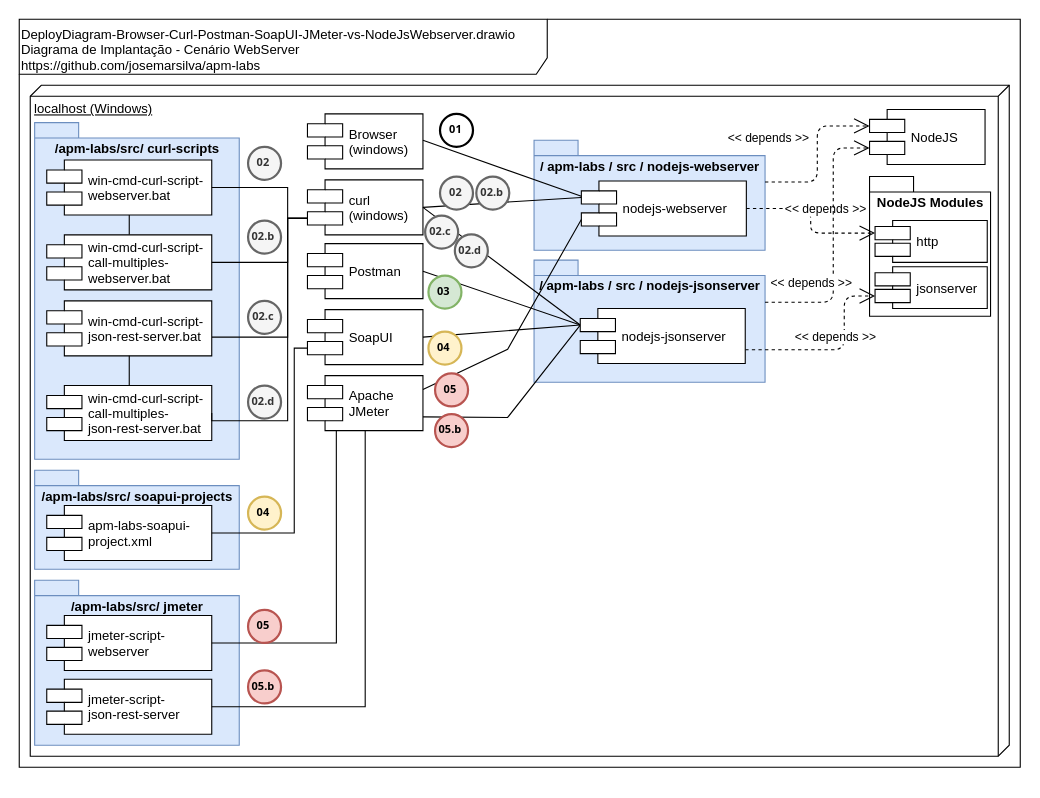
The draw.io diagram doc/DeployDiagram-Browser-Curl-Postman-SoapUI-JMeter-vs-NodeJsWebserver.drawio in josemarsilva/apm-labs, before the edit. Source tidied: cells renumbered, new cells numbered last; positions are measured from the earlier drawing's top-left corner, leaving out a move shared by most shapes. Both pictures are drawn from the tidied source at 110%, with x=0, y=0 at pixel (19, 19).
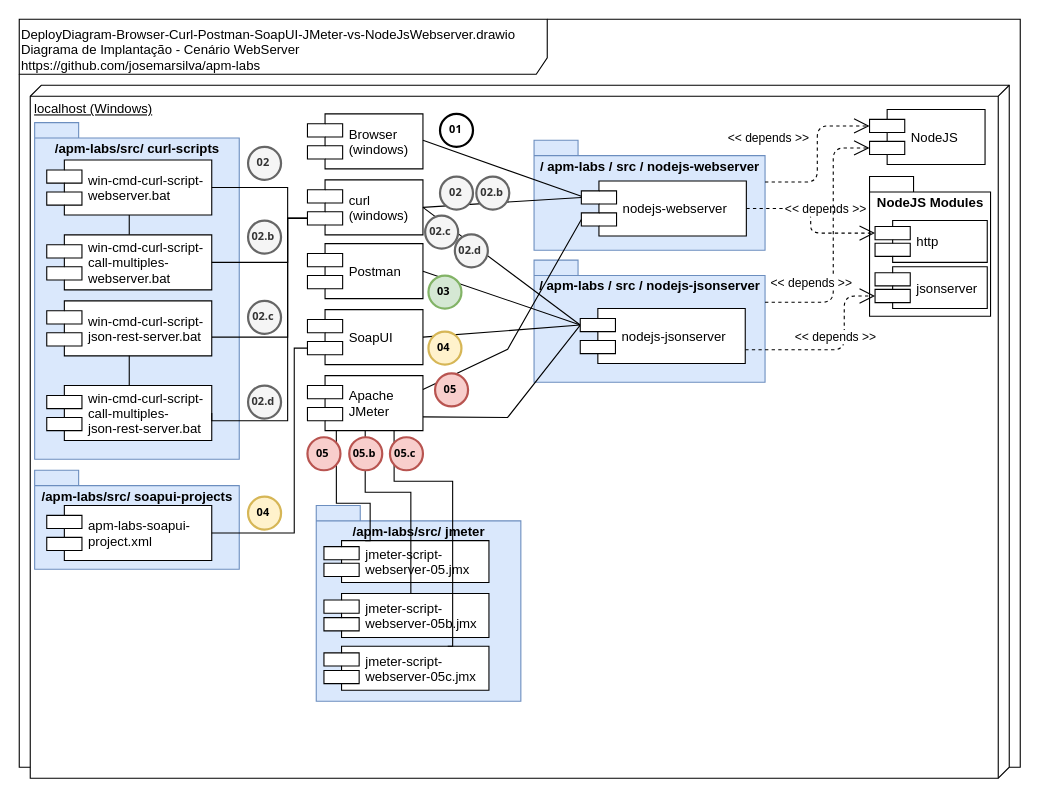
The same diagram, later.

Unchanged cells that the change refers to:
```xml
<mxCell id="11" value="Apache&#10;JMeter" style="shape=component;align=left;spacingLeft=36;" parent="1" vertex="1">
  <mxGeometry x="262" y="324" width="105" height="50" as="geometry" />
</mxCell>
```

What changed in the source:
```diff
@@
     <mxCell id="3" value="localhost (Windows)" style="verticalAlign=top;align=left;spacingTop=8;spacingLeft=2;spacingRight=12;shape=cube;size=10;direction=south;fontStyle=4;html=1;" parent="1" vertex="1">
-      <mxGeometry x="10" y="60" width="890" height="610" as="geometry" />
+      <mxGeometry x="10" y="60" width="890" height="630" as="geometry" />
     </mxCell>
@@
-    <mxCell id="47" value="05.b" style="ellipse;whiteSpace=wrap;html=1;strokeWidth=2;fontFamily=Tahoma;spacingBottom=4;spacingRight=2;fontStyle=1;fillColor=#f8cecc;strokeColor=#b85450;fontSize=10;" parent="1" vertex="1">
-      <mxGeometry x="378" y="359" width="30" height="30" as="geometry" />
-    </mxCell>
@@
     <mxCell id="51" value="&lt;div style=&quot;text-align: left&quot;&gt;&lt;span&gt;/apm-labs/src/&amp;nbsp;&lt;/span&gt;&lt;span&gt;jmeter&lt;/span&gt;&lt;/div&gt;" style="shape=folder;fontStyle=1;spacingTop=10;tabWidth=40;tabHeight=14;tabPosition=left;html=1;verticalAlign=top;fillColor=#dae8fc;strokeColor=#6c8ebf;" parent="1" vertex="1">
-      <mxGeometry x="14" y="510" width="186" height="150" as="geometry" />
+      <mxGeometry x="270" y="442" width="186" height="178" as="geometry" />
     </mxCell>
-    <mxCell id="52" value="jmeter-script-&#10;webserver" style="shape=component;align=left;spacingLeft=36;" parent="1" vertex="1">
-      <mxGeometry x="25" y="542" width="150" height="50" as="geometry" />
+    <mxCell id="52" value="jmeter-script-&#10;webserver-05.jmx" style="shape=component;align=left;spacingLeft=36;" parent="1" vertex="1">
+      <mxGeometry x="277" y="474" width="150" height="38" as="geometry" />
     </mxCell>
@@
-    <mxCell id="54" style="rounded=0;jettySize=auto;html=1;entryX=0.25;entryY=1;entryDx=0;entryDy=0;endArrow=none;endFill=0;exitX=1;exitY=0.5;exitDx=0;exitDy=0;edgeStyle=orthogonalEdgeStyle;" parent="1" edge="1" source="52" target="11">
-      <mxGeometry relative="1" as="geometry" />
+    <mxCell id="54" style="rounded=0;jettySize=auto;html=1;entryX=0.25;entryY=1;entryDx=0;entryDy=0;endArrow=none;endFill=0;exitX=0.25;exitY=0;exitDx=0;exitDy=0;edgeStyle=orthogonalEdgeStyle;" parent="1" edge="1" source="52" target="11">
+      <mxGeometry relative="1" as="geometry">
+        <Array as="points">
+          <mxPoint x="319" y="440" />
+          <mxPoint x="288" y="440" />
+        </Array>
+      </mxGeometry>
     </mxCell>
     <mxCell id="55" value="05" style="ellipse;whiteSpace=wrap;html=1;strokeWidth=2;fontFamily=Tahoma;spacingBottom=4;spacingRight=2;fontStyle=1;fillColor=#f8cecc;strokeColor=#b85450;fontSize=10;" parent="1" vertex="1">
-      <mxGeometry x="208" y="537" width="30" height="30" as="geometry" />
+      <mxGeometry x="262" y="380" width="30" height="30" as="geometry" />
     </mxCell>
-    <mxCell id="56" value="05.b" style="ellipse;whiteSpace=wrap;html=1;strokeWidth=2;fontFamily=Tahoma;spacingBottom=4;spacingRight=2;fontStyle=1;fillColor=#f8cecc;strokeColor=#b85450;fontSize=10;" parent="1" vertex="1">
-      <mxGeometry x="208" y="592" width="30" height="30" as="geometry" />
-    </mxCell>
-    <mxCell id="57" value="jmeter-script-&#10;json-rest-server" style="shape=component;align=left;spacingLeft=36;" parent="1" vertex="1">
-      <mxGeometry x="25" y="600" width="150" height="50" as="geometry" />
+    <mxCell id="57" value="jmeter-script-&#10;webserver-05b.jmx" style="shape=component;align=left;spacingLeft=36;" parent="1" vertex="1">
+      <mxGeometry x="277" y="522" width="150" height="40" as="geometry" />
     </mxCell>
-    <mxCell id="58" style="rounded=0;jettySize=auto;html=1;entryX=0.5;entryY=1;entryDx=0;entryDy=0;endArrow=none;endFill=0;exitX=1;exitY=0.5;exitDx=0;exitDy=0;edgeStyle=orthogonalEdgeStyle;" parent="1" edge="1" source="57" target="11">
-      <mxGeometry relative="1" as="geometry" />
+    <mxCell id="58" style="rounded=0;jettySize=auto;html=1;entryX=0.5;entryY=1;entryDx=0;entryDy=0;endArrow=none;endFill=0;exitX=0.5;exitY=0;exitDx=0;exitDy=0;edgeStyle=orthogonalEdgeStyle;" parent="1" edge="1" source="57" target="11">
+      <mxGeometry relative="1" as="geometry">
+        <Array as="points">
+          <mxPoint x="356" y="430" />
+          <mxPoint x="315" y="430" />
+        </Array>
+      </mxGeometry>
     </mxCell>
@@
+    <mxCell id="63" value="jmeter-script-&#10;webserver-05c.jmx" style="shape=component;align=left;spacingLeft=36;" parent="1" vertex="1">
+      <mxGeometry x="277" y="570" width="150" height="40" as="geometry" />
+    </mxCell>
+    <mxCell id="64" style="rounded=0;jettySize=auto;html=1;entryX=0.75;entryY=1;entryDx=0;entryDy=0;endArrow=none;endFill=0;exitX=0.75;exitY=0;exitDx=0;exitDy=0;edgeStyle=orthogonalEdgeStyle;" parent="1" edge="1" source="63" target="11">
+      <mxGeometry relative="1" as="geometry">
+        <Array as="points">
+          <mxPoint x="394" y="420" />
+          <mxPoint x="341" y="420" />
+        </Array>
+      </mxGeometry>
+    </mxCell>
+    <mxCell id="56" value="05.b" style="ellipse;whiteSpace=wrap;html=1;strokeWidth=2;fontFamily=Tahoma;spacingBottom=4;spacingRight=2;fontStyle=1;fillColor=#f8cecc;strokeColor=#b85450;fontSize=10;" parent="1" vertex="1">
+      <mxGeometry x="300" y="380" width="30" height="30" as="geometry" />
+    </mxCell>
+    <mxCell id="47" value="05.c" style="ellipse;whiteSpace=wrap;html=1;strokeWidth=2;fontFamily=Tahoma;spacingBottom=4;spacingRight=2;fontStyle=1;fillColor=#f8cecc;strokeColor=#b85450;fontSize=10;" parent="1" vertex="1">
+      <mxGeometry x="337" y="380" width="30" height="30" as="geometry" />
+    </mxCell>
```
